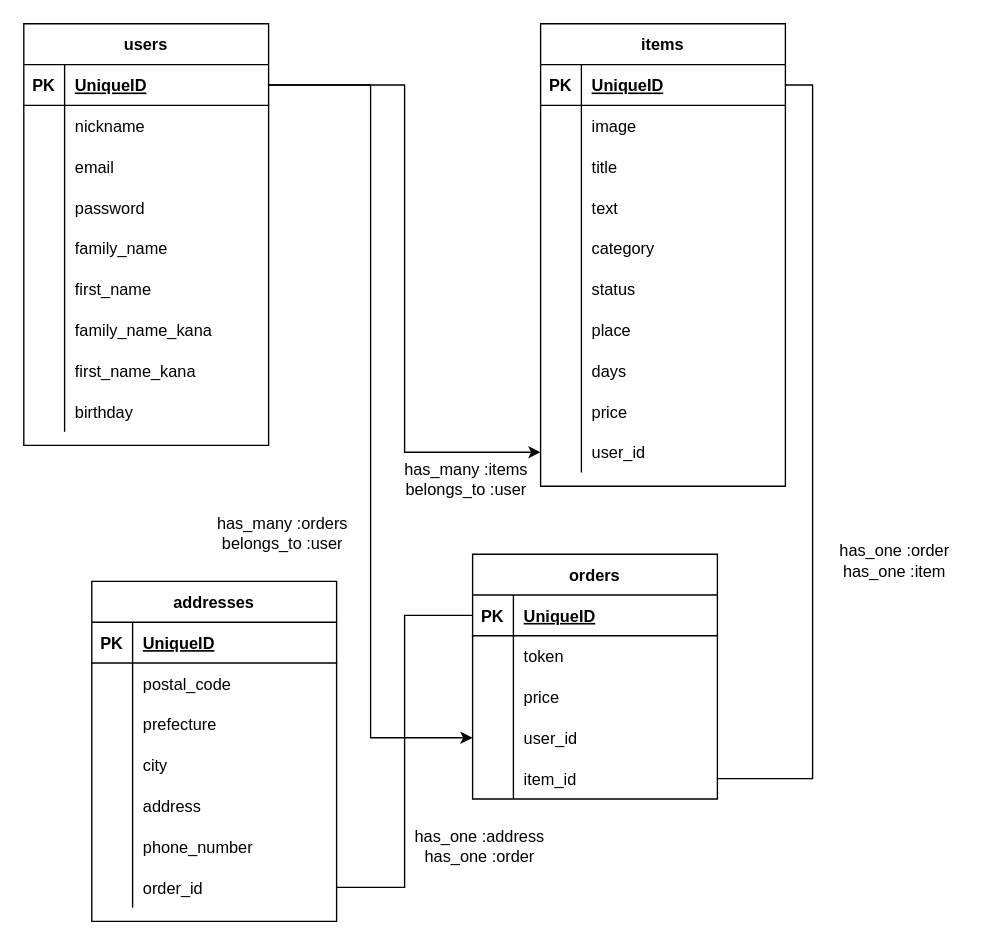
Earlier version of the draw.io diagram er.dio (tokiya-takai/furima-33949). Source tidied: cells renumbered, new cells numbered last; positions are measured from the earlier drawing's top-left corner, leaving out a move shared by most shapes. Both pictures are drawn from the tidied source at 136%, with x=0, y=0 at pixel (23, 23).
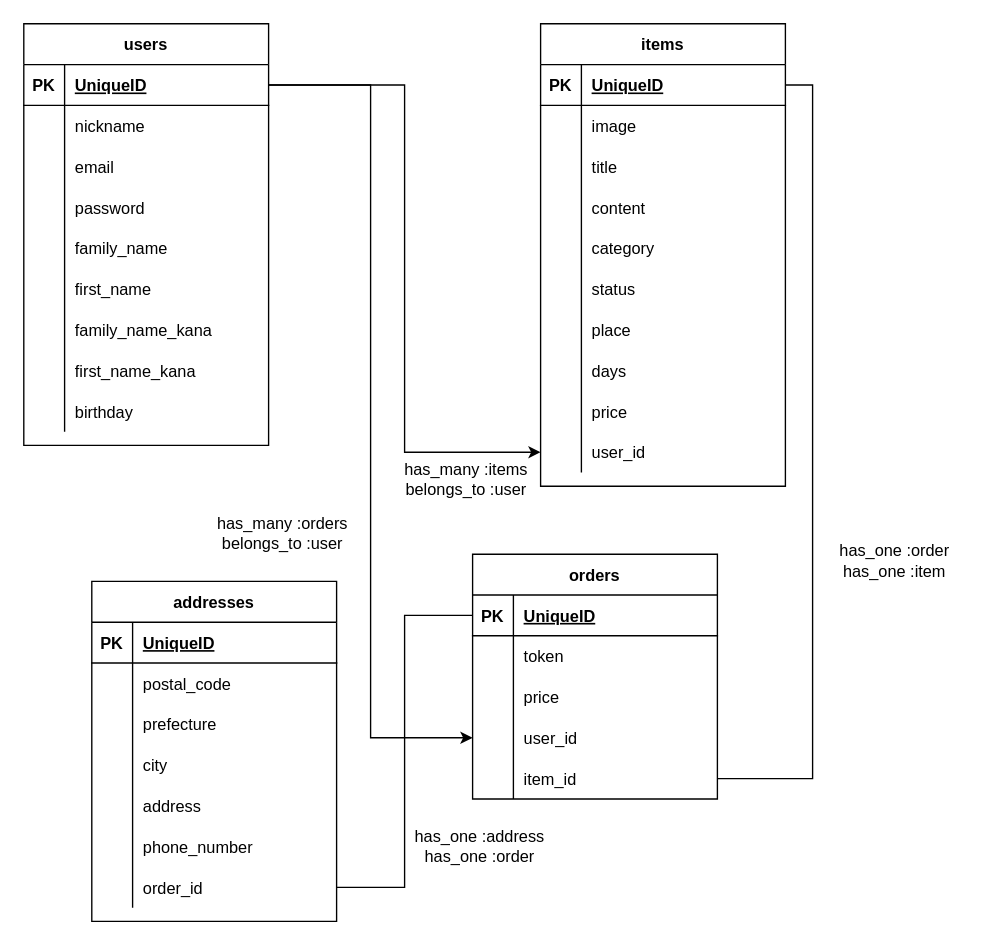
Above is the later version.

Unchanged cells that the change refers to:
```xml
<mxCell id="40" style="shape=partialRectangle;fillColor=none;top=0;left=0;bottom=0;right=0;" parent="30" vertex="1">
  <mxGeometry y="120" width="180" height="30" as="geometry" />
</mxCell>
```

Change to the diagram source:
```diff
@@
-    <mxCell id="42" value="text" style="shape=partialRectangle;fillColor=none;top=0;left=0;bottom=0;right=0;align=left;spacingLeft=6;overflow=hidden;" parent="40" vertex="1">
+    <mxCell id="42" value="content" style="shape=partialRectangle;fillColor=none;top=0;left=0;bottom=0;right=0;align=left;spacingLeft=6;overflow=hidden;" parent="40" vertex="1">
       <mxGeometry x="30" width="150" height="30" as="geometry" />
     </mxCell>
```
